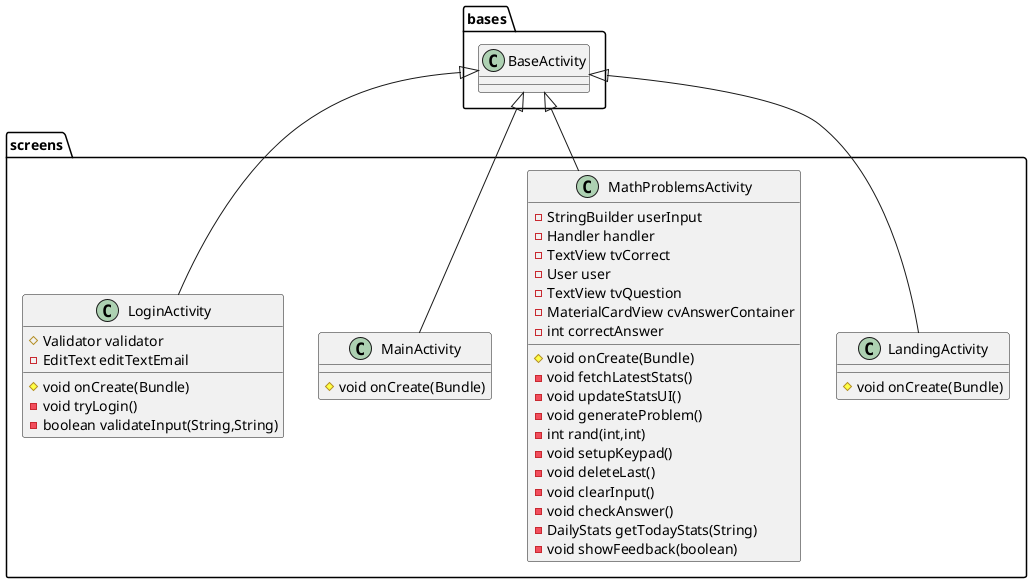
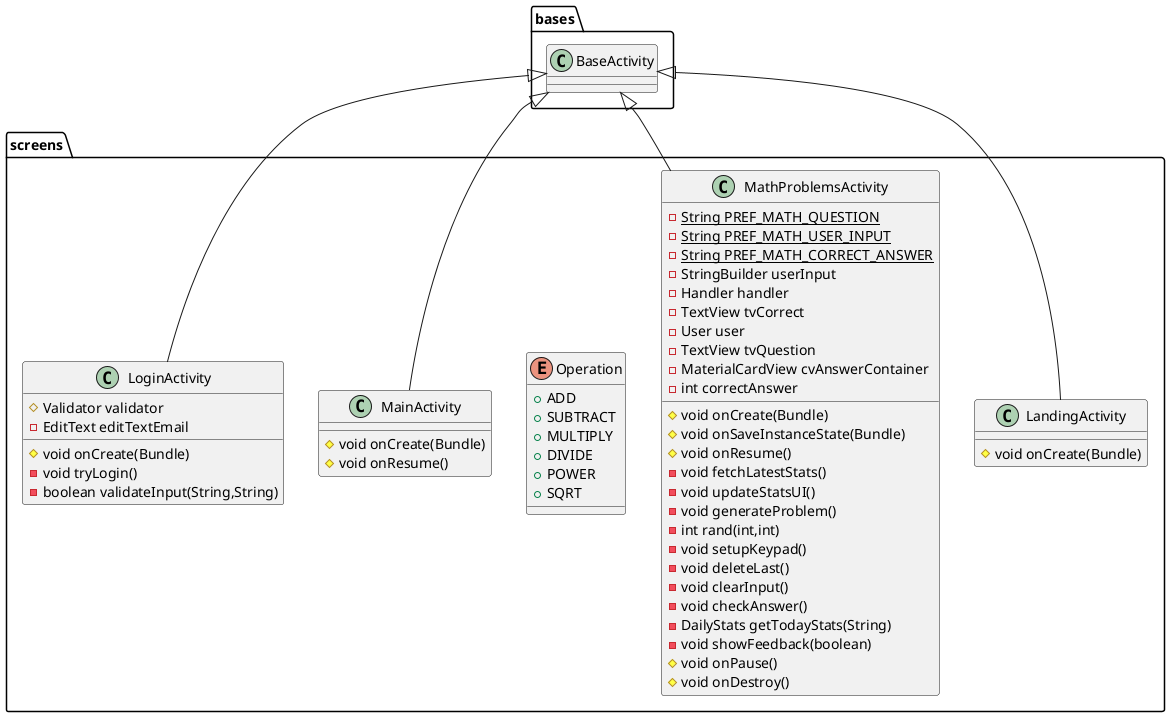
@startuml
class screens.LandingActivity {
# void onCreate(Bundle)
}

class screens.MathProblemsActivity {
+ - {static} String PREF_MATH_QUESTION
+ - {static} String PREF_MATH_USER_INPUT
+ - {static} String PREF_MATH_CORRECT_ANSWER
- StringBuilder userInput
- Handler handler
- TextView tvCorrect
- User user
- TextView tvQuestion
- MaterialCardView cvAnswerContainer
- int correctAnswer
# void onCreate(Bundle)
+ # void onSaveInstanceState(Bundle)
+ # void onResume()
- void fetchLatestStats()
- void updateStatsUI()
- void generateProblem()
- int rand(int,int)
- void setupKeypad()
- void deleteLast()
- void clearInput()
- void checkAnswer()
- DailyStats getTodayStats(String)
- void showFeedback(boolean)
+ # void onPause()
+ # void onDestroy()
}


+ enum screens.Operation {
+ +  ADD
+ +  SUBTRACT
+ +  MULTIPLY
+ +  DIVIDE
+ +  POWER
+ +  SQRT
+ }
+ 
class screens.MainActivity {
# void onCreate(Bundle)
+ # void onResume()
}

class screens.LoginActivity {
# Validator validator
- EditText editTextEmail
# void onCreate(Bundle)
- void tryLogin()
- boolean validateInput(String,String)
}




bases.BaseActivity <|-- screens.LandingActivity
bases.BaseActivity <|-- screens.MathProblemsActivity
bases.BaseActivity <|-- screens.MainActivity
bases.BaseActivity <|-- screens.LoginActivity
- @enduml
+ @enduml